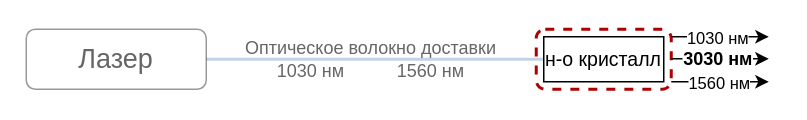
Above: Presentation/images/problem_ppln.drawio in 3dsoundfromtagan/Russian-Phd-LaTeX-Dissertation-Template (draw.io), before the change. Source tidied: cells renumbered, new cells numbered last; positions are measured from the earlier drawing's top-left corner, leaving out a move shared by most shapes. Both pictures are drawn from the tidied source at 150%, with x=0, y=0 at pixel (26, 28).
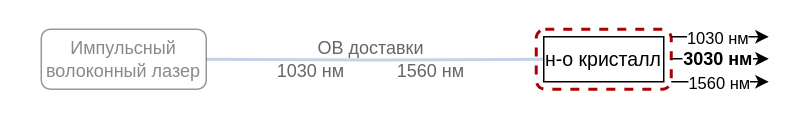
After the change.

Diff of the diagram source:
```diff
@@
 <mxGraphModel>
   <root>
     <mxCell id="0" />
     <mxCell id="1" parent="0" />
-    <mxCell id="2" style="edgeStyle=orthogonalEdgeStyle;rounded=0;jettySize=auto;html=1;exitX=1;exitY=0.5;exitDx=0;exitDy=0;entryX=0;entryY=0.5;entryDx=0;entryDy=0;fillColor=#dae8fc;strokeColor=#6c8ebf;endArrow=none;endFill=0;strokeWidth=2;opacity=40;" parent="1" edge="1" source="3" target="6">
-      <mxGeometry relative="1" as="geometry" />
+    <mxCell id="2" style="edgeStyle=orthogonalEdgeStyle;rounded=0;jettySize=auto;html=1;exitX=1;exitY=0.5;exitDx=0;exitDy=0;entryX=0;entryY=0.5;entryDx=0;entryDy=0;fillColor=#dae8fc;strokeColor=#6c8ebf;endArrow=none;endFill=0;strokeWidth=2;opacity=40;" parent="1" edge="1" target="6">
+      <mxGeometry relative="1" as="geometry">
+        <mxPoint x="120" y="20" as="sourcePoint" />
+      </mxGeometry>
     </mxCell>
-    <mxCell id="3" value="&lt;font style=&quot;font-size: 18px; color: rgb(102, 102, 102);&quot;&gt;Лазер&lt;/font&gt;" style="rounded=1;whiteSpace=wrap;html=1;opacity=40;" parent="1" vertex="1">
-      <mxGeometry width="120" height="40" as="geometry" />
-    </mxCell>
-    <mxCell id="4" value="&lt;font style=&quot;color: rgb(102, 102, 102);&quot;&gt;Оптическое волокно доставки&lt;/font&gt;&lt;div&gt;&lt;font style=&quot;color: rgb(102, 102, 102);&quot;&gt;1030 нм&lt;span style=&quot;white-space: pre;&quot;&gt;&#9;&lt;/span&gt;&lt;span style=&quot;white-space: pre;&quot;&gt;&#9;&lt;/span&gt;1560 нм&lt;/font&gt;&lt;/div&gt;" style="whiteSpace=wrap;html=1;rounded=1;dashed=1;fillColor=none;strokeColor=none;strokeWidth=2;opacity=40;" parent="1" vertex="1">
+    <mxCell id="4" value="&lt;font style=&quot;color: rgb(102, 102, 102);&quot;&gt;ОВ доставки&lt;/font&gt;&lt;div&gt;&lt;font style=&quot;color: rgb(102, 102, 102);&quot;&gt;1030 нм&lt;span style=&quot;white-space: pre;&quot;&gt;&#9;&lt;/span&gt;&lt;span style=&quot;white-space: pre;&quot;&gt;&#9;&lt;/span&gt;1560 нм&lt;/font&gt;&lt;/div&gt;" style="whiteSpace=wrap;html=1;rounded=1;dashed=1;fillColor=none;strokeColor=none;strokeWidth=2;opacity=40;" parent="1" vertex="1">
       <mxGeometry x="120" width="220" height="40" as="geometry" />
     </mxCell>
     <mxCell id="5" style="whiteSpace=wrap;html=1;rounded=1;dashed=1;fillColor=none;strokeColor=#AE0000;strokeWidth=2;" parent="1" vertex="1">
       <mxGeometry x="340" width="90" height="40" as="geometry" />
     </mxCell>
     <mxCell id="6" value="&lt;font style=&quot;font-size: 13px;&quot;&gt;н-о кристалл&lt;/font&gt;" style="rounded=0;whiteSpace=wrap;html=1;" parent="1" vertex="1">
       <mxGeometry x="345" y="5" width="80" height="30" as="geometry" />
     </mxCell>
     <mxCell id="7" style="endArrow=classic;html=1;rounded=0;" parent="1" edge="1">
       <mxGeometry relative="1" as="geometry">
         <mxPoint x="430" y="5" as="sourcePoint" />
         <mxPoint x="495" y="5" as="targetPoint" />
       </mxGeometry>
     </mxCell>
     <mxCell id="8" value="1030 нм" style="edgeLabel;html=1;align=center;verticalAlign=middle;" parent="7" vertex="1">
       <mxGeometry x="0.1" y="2" relative="1" as="geometry">
         <mxPoint x="-6" y="2" as="offset" />
       </mxGeometry>
     </mxCell>
     <mxCell id="9" style="endArrow=classic;html=1;rounded=0;" parent="1" edge="1">
       <mxGeometry relative="1" as="geometry">
         <mxPoint x="430" y="19.7" as="sourcePoint" />
         <mxPoint x="495" y="19.7" as="targetPoint" />
       </mxGeometry>
     </mxCell>
     <mxCell id="10" value="&lt;b&gt;&lt;font style=&quot;font-size: 12px;&quot;&gt;3030 нм&lt;/font&gt;&lt;/b&gt;" style="edgeLabel;html=1;align=center;verticalAlign=middle;" parent="9" vertex="1">
       <mxGeometry x="0.1" y="2" relative="1" as="geometry">
         <mxPoint x="-6" y="2" as="offset" />
       </mxGeometry>
     </mxCell>
     <mxCell id="11" style="endArrow=classic;html=1;rounded=0;" parent="1" edge="1">
       <mxGeometry relative="1" as="geometry">
         <mxPoint x="430" y="35" as="sourcePoint" />
         <mxPoint x="495" y="35" as="targetPoint" />
       </mxGeometry>
     </mxCell>
     <mxCell id="12" value="1560 нм" style="edgeLabel;html=1;align=center;verticalAlign=middle;" parent="11" vertex="1">
       <mxGeometry x="0.31" y="-1" relative="1" as="geometry">
         <mxPoint x="-12" y="-1" as="offset" />
       </mxGeometry>
     </mxCell>
+    <mxCell id="13" value="&lt;font style=&quot;color: rgb(137, 137, 137);&quot;&gt;Импульсный&lt;/font&gt;&lt;div&gt;&lt;font style=&quot;color: rgb(137, 137, 137);&quot;&gt;&lt;font style=&quot;&quot;&gt;волоконный&amp;nbsp;&lt;/font&gt;&lt;span style=&quot;background-color: transparent;&quot;&gt;лазер&lt;/span&gt;&lt;/font&gt;&lt;/div&gt;" style="rounded=1;whiteSpace=wrap;html=1;opacity=40;" parent="1" vertex="1">
+      <mxGeometry x="10" width="110" height="40" as="geometry" />
+    </mxCell>
   </root>
 </mxGraphModel>
```
